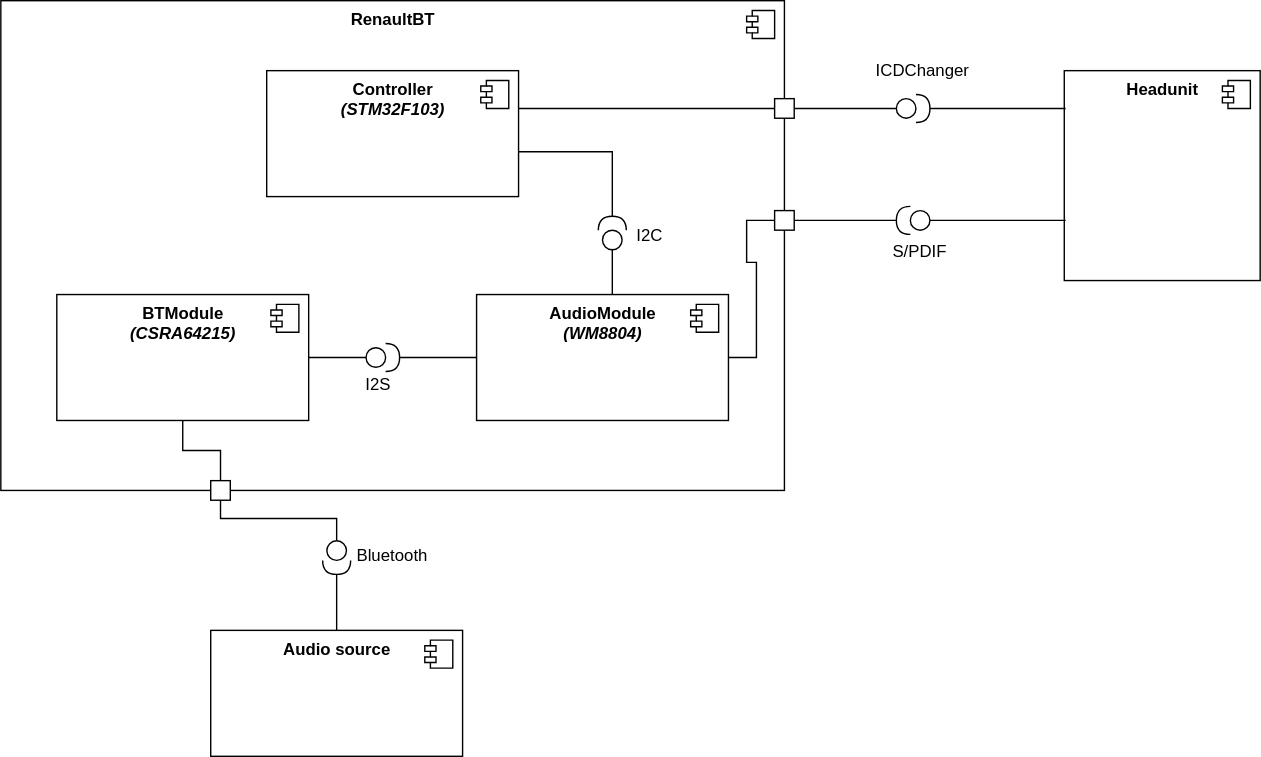
Before: Docs/Components.svg, a diagram exported from draw.io (lengyela89/Renault-BT). Source tidied: cells renumbered, new cells last; positions are measured from the earlier drawing's top-left corner, leaving out a move shared by most shapes. Its diagram source:
```xml
<mxGraphModel>
  <root>
    <mxCell id="0" />
    <mxCell id="1" parent="0" />
    <mxCell id="2" value="&lt;b&gt;RenaultBT&lt;br&gt;&lt;/b&gt;" style="html=1;verticalAlign=top;rotation=0;" parent="1" vertex="1">
      <mxGeometry width="560" height="350" as="geometry" />
    </mxCell>
    <mxCell id="3" style="shape=component;jettyWidth=8;jettyHeight=4;" parent="2" vertex="1">
      <mxGeometry x="1" width="20" height="20" relative="1" as="geometry">
        <mxPoint x="-27" y="7" as="offset" />
      </mxGeometry>
    </mxCell>
    <mxCell id="4" value="&lt;b&gt;Controller&lt;br&gt;&lt;i&gt;(STM32F103)&lt;/i&gt;&lt;br&gt;&lt;/b&gt;" style="html=1;verticalAlign=top;rotation=0;strokeWidth=1;" parent="1" vertex="1">
      <mxGeometry x="190" y="50" width="180" height="90" as="geometry" />
    </mxCell>
    <mxCell id="5" style="shape=component;jettyWidth=8;jettyHeight=4;" parent="4" vertex="1">
      <mxGeometry x="1" width="20" height="20" relative="1" as="geometry">
        <mxPoint x="-27" y="7" as="offset" />
      </mxGeometry>
    </mxCell>
    <mxCell id="6" value="&lt;b&gt;BTModule&lt;br&gt;&lt;i&gt;(CSRA64215)&lt;/i&gt;&lt;br&gt;&lt;/b&gt;" style="html=1;verticalAlign=top;rotation=0;strokeWidth=1;" parent="1" vertex="1">
      <mxGeometry x="40" y="210" width="180" height="90" as="geometry" />
    </mxCell>
    <mxCell id="7" style="shape=component;jettyWidth=8;jettyHeight=4;" parent="6" vertex="1">
      <mxGeometry x="1" width="20" height="20" relative="1" as="geometry">
        <mxPoint x="-27" y="7" as="offset" />
      </mxGeometry>
    </mxCell>
    <mxCell id="8" value="&lt;b&gt;AudioModule&lt;br&gt;&lt;i&gt;(WM8804)&lt;/i&gt;&lt;br&gt;&lt;/b&gt;" style="html=1;verticalAlign=top;rotation=0;strokeWidth=1;" parent="1" vertex="1">
      <mxGeometry x="340" y="210" width="180" height="90" as="geometry" />
    </mxCell>
    <mxCell id="9" style="shape=component;jettyWidth=8;jettyHeight=4;" parent="8" vertex="1">
      <mxGeometry x="1" width="20" height="20" relative="1" as="geometry">
        <mxPoint x="-27" y="7" as="offset" />
      </mxGeometry>
    </mxCell>
    <mxCell id="10" style="edgeStyle=orthogonalEdgeStyle;rounded=0;jettySize=auto;html=1;endArrow=none;endFill=0;" parent="1" edge="1" source="11" target="6">
      <mxGeometry relative="1" as="geometry" />
    </mxCell>
    <mxCell id="11" style="whiteSpace=wrap;html=1;strokeWidth=1;" parent="1" vertex="1">
      <mxGeometry x="150" y="343" width="14" height="14" as="geometry" />
    </mxCell>
    <mxCell id="12" value="&lt;b&gt;Audio source&lt;/b&gt;" style="html=1;verticalAlign=top;rotation=0;strokeWidth=1;" parent="1" vertex="1">
      <mxGeometry x="150" y="450" width="180" height="90" as="geometry" />
    </mxCell>
    <mxCell id="13" style="shape=component;jettyWidth=8;jettyHeight=4;" parent="12" vertex="1">
      <mxGeometry x="1" width="20" height="20" relative="1" as="geometry">
        <mxPoint x="-27" y="7" as="offset" />
      </mxGeometry>
    </mxCell>
    <mxCell id="14" style="edgeStyle=orthogonalEdgeStyle;rounded=0;jettySize=auto;html=1;entryX=0.5;entryY=1;entryDx=0;entryDy=0;endArrow=none;endFill=0;" parent="1" edge="1" source="15" target="11">
      <mxGeometry relative="1" as="geometry">
        <Array as="points">
          <mxPoint x="240" y="370" />
          <mxPoint x="157" y="370" />
        </Array>
      </mxGeometry>
    </mxCell>
    <mxCell id="15" style="ellipse;whiteSpace=wrap;html=1;strokeWidth=1;" parent="1" vertex="1">
      <mxGeometry x="233" y="386" width="14" height="14" as="geometry" />
    </mxCell>
    <mxCell id="16" style="edgeStyle=orthogonalEdgeStyle;rounded=0;jettySize=auto;html=1;endArrow=none;endFill=0;" parent="1" edge="1" source="17">
      <mxGeometry relative="1" as="geometry">
        <mxPoint x="240" y="450" as="targetPoint" />
        <Array as="points">
          <mxPoint x="240" y="450" />
        </Array>
      </mxGeometry>
    </mxCell>
    <mxCell id="17" style="shape=requiredInterface;html=1;verticalLabelPosition=bottom;strokeWidth=1;direction=south;" parent="1" vertex="1">
      <mxGeometry x="230" y="400" width="20" height="10" as="geometry" />
    </mxCell>
    <mxCell id="18" value="Bluetooth" style="text;html=1;strokeColor=none;fillColor=none;align=center;verticalAlign=middle;whiteSpace=wrap;rounded=0;" parent="1" vertex="1">
      <mxGeometry x="260" y="387" width="40" height="20" as="geometry" />
    </mxCell>
    <mxCell id="19" style="edgeStyle=orthogonalEdgeStyle;rounded=0;jettySize=auto;html=1;entryX=1;entryY=0.5;entryDx=0;entryDy=0;endArrow=none;endFill=0;" parent="1" edge="1" source="20" target="6">
      <mxGeometry relative="1" as="geometry" />
    </mxCell>
    <mxCell id="20" style="ellipse;whiteSpace=wrap;html=1;strokeWidth=1;" parent="1" vertex="1">
      <mxGeometry x="261" y="248" width="14" height="14" as="geometry" />
    </mxCell>
    <mxCell id="21" style="edgeStyle=orthogonalEdgeStyle;rounded=0;jettySize=auto;html=1;entryX=0;entryY=0.5;entryDx=0;entryDy=0;endArrow=none;endFill=0;" parent="1" edge="1" source="22" target="8">
      <mxGeometry relative="1" as="geometry" />
    </mxCell>
    <mxCell id="22" style="shape=requiredInterface;html=1;verticalLabelPosition=bottom;strokeWidth=1;" parent="1" vertex="1">
      <mxGeometry x="275" y="245" width="10" height="20" as="geometry" />
    </mxCell>
    <mxCell id="23" value="I2S" style="text;html=1;strokeColor=none;fillColor=none;align=center;verticalAlign=middle;whiteSpace=wrap;rounded=0;" parent="1" vertex="1">
      <mxGeometry x="250" y="265" width="40" height="20" as="geometry" />
    </mxCell>
    <mxCell id="24" style="edgeStyle=orthogonalEdgeStyle;rounded=0;jettySize=auto;html=1;endArrow=none;endFill=0;" parent="1" edge="1" source="25" target="4">
      <mxGeometry relative="1" as="geometry">
        <Array as="points">
          <mxPoint x="430" y="77" />
          <mxPoint x="430" y="77" />
        </Array>
      </mxGeometry>
    </mxCell>
    <mxCell id="25" style="whiteSpace=wrap;html=1;strokeWidth=1;" parent="1" vertex="1">
      <mxGeometry x="553" y="70" width="14" height="14" as="geometry" />
    </mxCell>
    <mxCell id="26" style="edgeStyle=orthogonalEdgeStyle;rounded=0;jettySize=auto;html=1;entryX=1;entryY=0.5;entryDx=0;entryDy=0;endArrow=none;endFill=0;" parent="1" edge="1" source="27" target="8">
      <mxGeometry relative="1" as="geometry" />
    </mxCell>
    <mxCell id="27" style="whiteSpace=wrap;html=1;strokeWidth=1;" parent="1" vertex="1">
      <mxGeometry x="553" y="150" width="14" height="14" as="geometry" />
    </mxCell>
    <mxCell id="28" value="&lt;b&gt;Headunit&lt;/b&gt;" style="html=1;verticalAlign=top;rotation=0;strokeWidth=1;" parent="1" vertex="1">
      <mxGeometry x="760" y="50" width="140" height="150" as="geometry" />
    </mxCell>
    <mxCell id="29" style="shape=component;jettyWidth=8;jettyHeight=4;" parent="28" vertex="1">
      <mxGeometry x="1" width="20" height="20" relative="1" as="geometry">
        <mxPoint x="-27" y="7" as="offset" />
      </mxGeometry>
    </mxCell>
    <mxCell id="30" style="edgeStyle=orthogonalEdgeStyle;rounded=0;jettySize=auto;html=1;entryX=1;entryY=0.5;entryDx=0;entryDy=0;endArrow=none;endFill=0;" parent="1" edge="1" source="31" target="25">
      <mxGeometry relative="1" as="geometry" />
    </mxCell>
    <mxCell id="31" style="ellipse;whiteSpace=wrap;html=1;strokeWidth=1;" parent="1" vertex="1">
      <mxGeometry x="640" y="70" width="14" height="14" as="geometry" />
    </mxCell>
    <mxCell id="32" style="edgeStyle=orthogonalEdgeStyle;rounded=0;jettySize=auto;html=1;endArrow=none;endFill=0;entryX=0.007;entryY=0.18;entryDx=0;entryDy=0;entryPerimeter=0;" parent="1" edge="1" source="33" target="28">
      <mxGeometry relative="1" as="geometry" />
    </mxCell>
    <mxCell id="33" style="shape=requiredInterface;html=1;verticalLabelPosition=bottom;strokeWidth=1;" parent="1" vertex="1">
      <mxGeometry x="654" y="67" width="10" height="20" as="geometry" />
    </mxCell>
    <mxCell id="34" style="edgeStyle=orthogonalEdgeStyle;rounded=0;jettySize=auto;html=1;endArrow=none;endFill=0;" parent="1" edge="1" source="35">
      <mxGeometry relative="1" as="geometry">
        <mxPoint x="761" y="157" as="targetPoint" />
        <Array as="points">
          <mxPoint x="761" y="157" />
        </Array>
      </mxGeometry>
    </mxCell>
    <mxCell id="35" style="ellipse;whiteSpace=wrap;html=1;strokeWidth=1;" parent="1" vertex="1">
      <mxGeometry x="650" y="150" width="14" height="14" as="geometry" />
    </mxCell>
    <mxCell id="36" style="edgeStyle=orthogonalEdgeStyle;rounded=0;jettySize=auto;html=1;entryX=1;entryY=0.5;entryDx=0;entryDy=0;endArrow=none;endFill=0;" parent="1" edge="1" source="37" target="27">
      <mxGeometry relative="1" as="geometry" />
    </mxCell>
    <mxCell id="37" style="shape=requiredInterface;html=1;verticalLabelPosition=bottom;strokeWidth=1;rotation=0;direction=west;" parent="1" vertex="1">
      <mxGeometry x="640" y="147" width="10" height="20" as="geometry" />
    </mxCell>
    <mxCell id="38" value="ICDChanger" style="text;html=1;strokeColor=none;fillColor=none;align=center;verticalAlign=middle;whiteSpace=wrap;rounded=0;" parent="1" vertex="1">
      <mxGeometry x="639" y="40" width="40" height="20" as="geometry" />
    </mxCell>
    <mxCell id="39" value="S/PDIF" style="text;html=1;strokeColor=none;fillColor=none;align=center;verticalAlign=middle;whiteSpace=wrap;rounded=0;" parent="1" vertex="1">
      <mxGeometry x="637" y="170" width="40" height="20" as="geometry" />
    </mxCell>
    <mxCell id="40" style="edgeStyle=orthogonalEdgeStyle;rounded=0;jettySize=auto;html=1;endArrow=none;endFill=0;" parent="1" edge="1" source="41">
      <mxGeometry relative="1" as="geometry">
        <mxPoint x="437" y="210" as="targetPoint" />
      </mxGeometry>
    </mxCell>
    <mxCell id="41" style="ellipse;whiteSpace=wrap;html=1;strokeWidth=1;" parent="1" vertex="1">
      <mxGeometry x="430" y="164" width="14" height="14" as="geometry" />
    </mxCell>
    <mxCell id="42" style="edgeStyle=orthogonalEdgeStyle;rounded=0;jettySize=auto;html=1;entryX=1;entryY=0.644;entryDx=0;entryDy=0;entryPerimeter=0;endArrow=none;endFill=0;" parent="1" edge="1" source="43" target="4">
      <mxGeometry relative="1" as="geometry">
        <Array as="points">
          <mxPoint x="437" y="108" />
        </Array>
      </mxGeometry>
    </mxCell>
    <mxCell id="43" style="shape=requiredInterface;html=1;verticalLabelPosition=bottom;strokeWidth=1;direction=north;" parent="1" vertex="1">
      <mxGeometry x="427" y="154" width="20" height="10" as="geometry" />
    </mxCell>
    <mxCell id="44" value="I2C" style="text;html=1;strokeColor=none;fillColor=none;align=center;verticalAlign=middle;whiteSpace=wrap;rounded=0;" parent="1" vertex="1">
      <mxGeometry x="444" y="158" width="40" height="20" as="geometry" />
    </mxCell>
  </root>
</mxGraphModel>
```
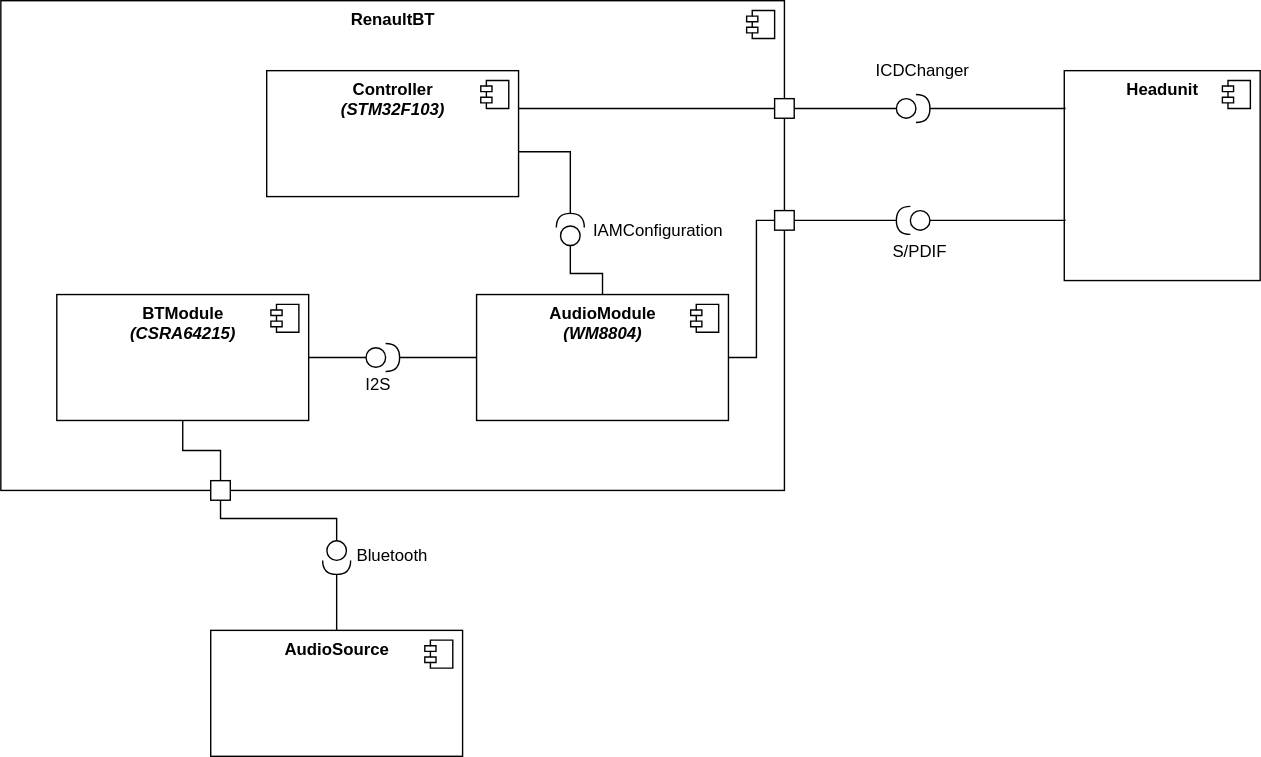
After the commit.

Commit message:
Modified architecture model

What changed in the source:
```diff
@@ -40,7 +40,7 @@
     <mxCell id="11" style="whiteSpace=wrap;html=1;strokeWidth=1;" parent="1" vertex="1">
       <mxGeometry x="150" y="343" width="14" height="14" as="geometry" />
     </mxCell>
-    <mxCell id="12" value="&lt;b&gt;Audio source&lt;/b&gt;" style="html=1;verticalAlign=top;rotation=0;strokeWidth=1;" parent="1" vertex="1">
+    <mxCell id="12" value="&lt;b&gt;AudioSource&lt;/b&gt;" style="html=1;verticalAlign=top;rotation=0;strokeWidth=1;" parent="1" vertex="1">
       <mxGeometry x="150" y="450" width="180" height="90" as="geometry" />
     </mxCell>
     <mxCell id="13" style="shape=component;jettyWidth=8;jettyHeight=4;" parent="12" vertex="1">
@@ -100,7 +100,12 @@
       <mxGeometry x="553" y="70" width="14" height="14" as="geometry" />
     </mxCell>
     <mxCell id="26" style="edgeStyle=orthogonalEdgeStyle;rounded=0;jettySize=auto;html=1;entryX=1;entryY=0.5;entryDx=0;entryDy=0;endArrow=none;endFill=0;" parent="1" edge="1" source="27" target="8">
-      <mxGeometry relative="1" as="geometry" />
+      <mxGeometry relative="1" as="geometry">
+        <Array as="points">
+          <mxPoint x="540" y="157" />
+          <mxPoint x="540" y="255" />
+        </Array>
+      </mxGeometry>
     </mxCell>
     <mxCell id="27" style="whiteSpace=wrap;html=1;strokeWidth=1;" parent="1" vertex="1">
       <mxGeometry x="553" y="150" width="14" height="14" as="geometry" />
@@ -148,26 +153,24 @@
     <mxCell id="39" value="S/PDIF" style="text;html=1;strokeColor=none;fillColor=none;align=center;verticalAlign=middle;whiteSpace=wrap;rounded=0;" parent="1" vertex="1">
       <mxGeometry x="637" y="170" width="40" height="20" as="geometry" />
     </mxCell>
-    <mxCell id="40" style="edgeStyle=orthogonalEdgeStyle;rounded=0;jettySize=auto;html=1;endArrow=none;endFill=0;" parent="1" edge="1" source="41">
-      <mxGeometry relative="1" as="geometry">
-        <mxPoint x="437" y="210" as="targetPoint" />
-      </mxGeometry>
-    </mxCell>
+    <mxCell id="45" style="edgeStyle=orthogonalEdgeStyle;rounded=0;jettySize=auto;html=1;endArrow=none;endFill=0;" parent="1" edge="1" source="41" target="8">
+      <mxGeometry relative="1" as="geometry" />
+    </mxCell>
     <mxCell id="41" style="ellipse;whiteSpace=wrap;html=1;strokeWidth=1;" parent="1" vertex="1">
-      <mxGeometry x="430" y="164" width="14" height="14" as="geometry" />
+      <mxGeometry x="400" y="161" width="14" height="14" as="geometry" />
     </mxCell>
     <mxCell id="42" style="edgeStyle=orthogonalEdgeStyle;rounded=0;jettySize=auto;html=1;entryX=1;entryY=0.644;entryDx=0;entryDy=0;entryPerimeter=0;endArrow=none;endFill=0;" parent="1" edge="1" source="43" target="4">
       <mxGeometry relative="1" as="geometry">
         <Array as="points">
-          <mxPoint x="437" y="108" />
+          <mxPoint x="407" y="108" />
         </Array>
       </mxGeometry>
     </mxCell>
     <mxCell id="43" style="shape=requiredInterface;html=1;verticalLabelPosition=bottom;strokeWidth=1;direction=north;" parent="1" vertex="1">
-      <mxGeometry x="427" y="154" width="20" height="10" as="geometry" />
+      <mxGeometry x="397" y="152" width="20" height="10" as="geometry" />
     </mxCell>
-    <mxCell id="44" value="I2C" style="text;html=1;strokeColor=none;fillColor=none;align=center;verticalAlign=middle;whiteSpace=wrap;rounded=0;" parent="1" vertex="1">
-      <mxGeometry x="444" y="158" width="40" height="20" as="geometry" />
+    <mxCell id="44" value="IAMConfiguration" style="text;html=1;strokeColor=none;fillColor=none;align=center;verticalAlign=middle;whiteSpace=wrap;rounded=0;" parent="1" vertex="1">
+      <mxGeometry x="417" y="155" width="106" height="20" as="geometry" />
     </mxCell>
   </root>
 </mxGraphModel>
```
